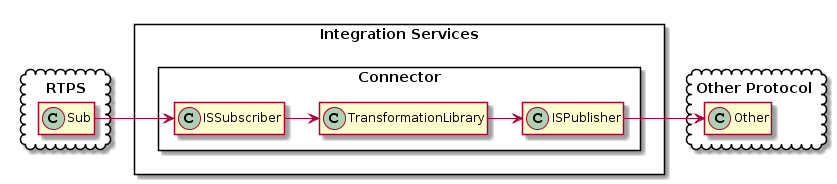
This is docs/IS-main.png from eProsima/Integration-Service-Deprecated, a PlantUML export, as it was before one commit. Source of this version:
```plantuml
@startuml
hide empty members

package "RTPS" <<Cloud>> {
    class Sub
}

package "Integration Services" <<Rectangle>> {
    package Connector <<Rectangle>>
    {
        class ISSubscriber
        class TransformationLibrary
        class ISPublisher
    }
}

Sub -right-> ISSubscriber

ISSubscriber -right-> TransformationLibrary
TransformationLibrary -right-> ISPublisher

package "Other Protocol" <<Cloud>> {
    class Other
}

ISPublisher -left-> Other
@enduml
```
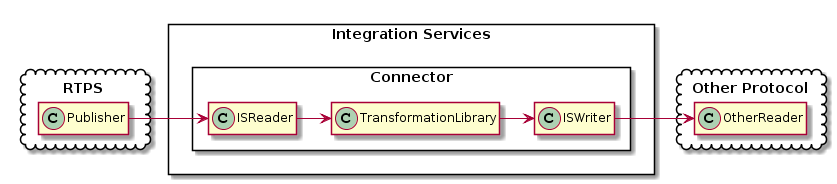
After the change.

Commit message:
Refs #3815 Update on image with the new naming convention

What changed in the source:
```diff
@@ -2,26 +2,24 @@
 hide empty members
 
 package "RTPS" <<Cloud>> {
-    class Sub
+    class Publisher
 }
 
 package "Integration Services" <<Rectangle>> {
-    package Connector <<Rectangle>>
-    {
-        class ISSubscriber
+    package "Connector" <<Rectangle>> {
+        class ISReader
         class TransformationLibrary
-        class ISPublisher
+        class ISWriter
     }
 }
 
-Sub -right-> ISSubscriber
-
-ISSubscriber -right-> TransformationLibrary
-TransformationLibrary -right-> ISPublisher
-
 package "Other Protocol" <<Cloud>> {
-    class Other
+    class OtherReader
 }
 
-ISPublisher -left-> Other
+Publisher -right-> ISReader
+ISReader -right-> TransformationLibrary
+TransformationLibrary -right-> ISWriter
+
+OtherReader <- ISWriter
 @enduml
```
